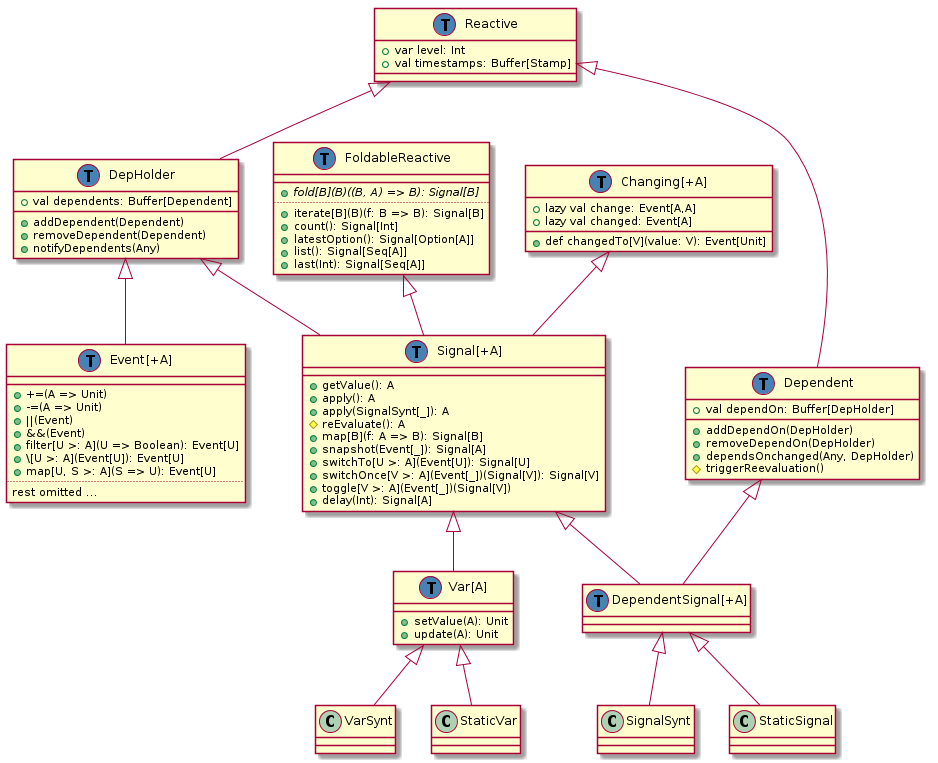
Above: doc/class-hierarchy/post-refactoring-may-14.png in rescala-lang/REScala (PlantUML), before the change.
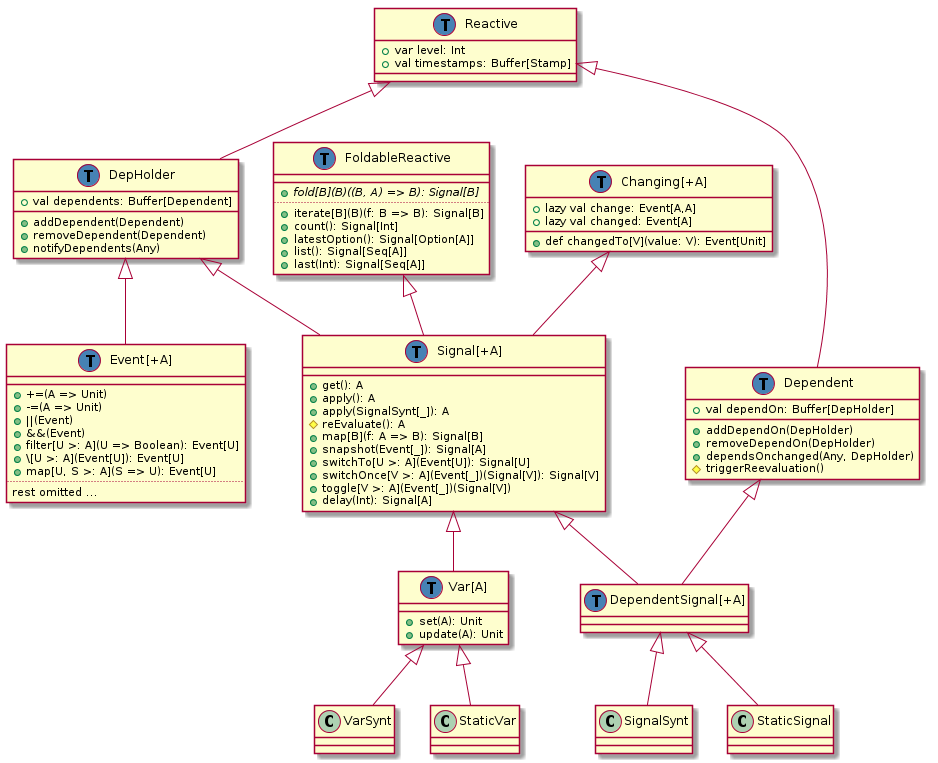
After the change.

Commit message:
Update hierarchy uml

Diff of the diagram source:
```diff
@@ -24,7 +24,7 @@
 Reactive <|-- Dependent
 
 class "Signal[+A]" as Signal {
-  +getValue(): A
+  +get(): A
   +apply(): A
   +apply(SignalSynt[_]): A
   #reEvaluate(): A
@@ -40,7 +40,7 @@
 
 class "Var[A]" as Var {
   __
-  +setValue(A): Unit
+  +set(A): Unit
   +update(A): Unit
 }
 Signal <|-- Var
```
